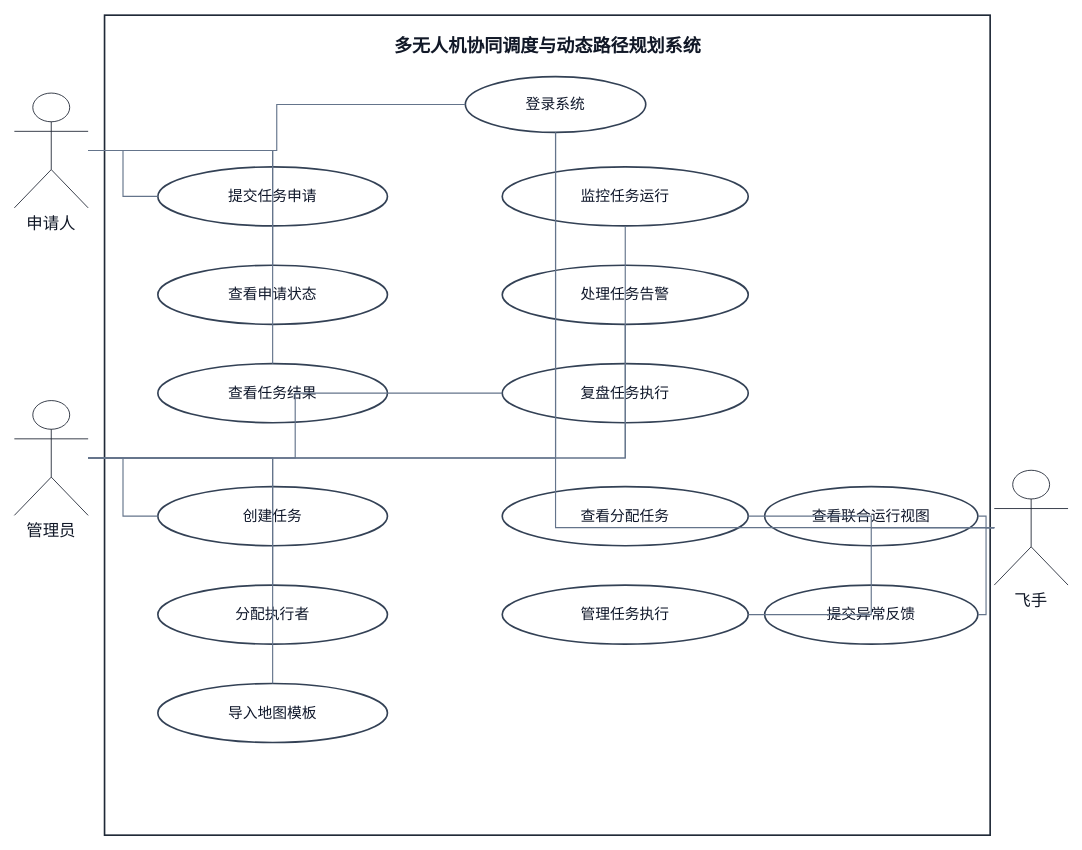
The draw.io diagram thesis_assets/diagrams/system_usecase_diagram.drawio in sa-as31/sampo_rebuild_1, before the edit. Source tidied: cells renumbered, new cells numbered last; positions are measured from the earlier drawing's top-left corner, leaving out a move shared by most shapes. Both pictures are drawn from the tidied source at 82%, with x=0, y=0 at pixel (14, 15).
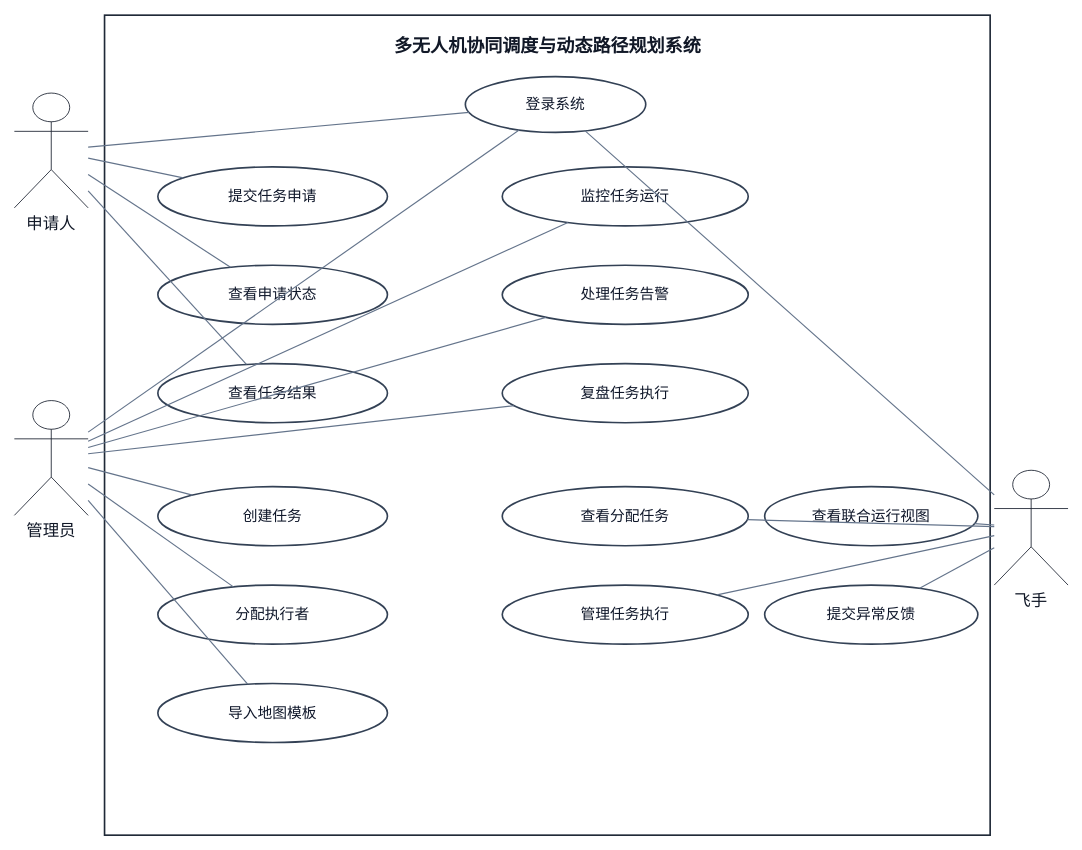
After the change.

Commit message (it also covers changes not shown here):
Switch use case associations to straight lines

Unchanged cells that the change refers to:
```xml
<mxCell id="4" value="申请人" style="shape=umlActor;whiteSpace=wrap;html=1;fontSize=20;strokeColor=#111827;fontColor=#111827;verticalLabelPosition=bottom;verticalAlign=top;fillColor=none;" parent="1" vertex="1">
  <mxGeometry y="95" width="90" height="140" as="geometry" />
</mxCell>
<mxCell id="5" value="管理员" style="shape=umlActor;whiteSpace=wrap;html=1;fontSize=20;strokeColor=#111827;fontColor=#111827;verticalLabelPosition=bottom;verticalAlign=top;fillColor=none;" parent="1" vertex="1">
  <mxGeometry y="470" width="90" height="140" as="geometry" />
</mxCell>
<mxCell id="6" value="飞手" style="shape=umlActor;whiteSpace=wrap;html=1;fontSize=20;strokeColor=#111827;fontColor=#111827;verticalLabelPosition=bottom;verticalAlign=top;fillColor=none;" parent="1" vertex="1">
  <mxGeometry x="1195" y="555" width="90" height="140" as="geometry" />
</mxCell>
<mxCell id="7" value="登录系统" style="ellipse;whiteSpace=wrap;html=1;fillColor=#ffffff;strokeColor=#334155;fontColor=#0f172a;fontSize=18;strokeWidth=2;" parent="1" vertex="1">
  <mxGeometry x="550" y="75" width="220" height="68" as="geometry" />
</mxCell>
<mxCell id="8" value="提交任务申请" style="ellipse;whiteSpace=wrap;html=1;fillColor=#ffffff;strokeColor=#334155;fontColor=#0f172a;fontSize=18;strokeWidth=2;" parent="1" vertex="1">
  <mxGeometry x="175" y="185" width="280" height="72" as="geometry" />
</mxCell>
<mxCell id="9" value="查看申请状态" style="ellipse;whiteSpace=wrap;html=1;fillColor=#ffffff;strokeColor=#334155;fontColor=#0f172a;fontSize=18;strokeWidth=2;" parent="1" vertex="1">
  <mxGeometry x="175" y="305" width="280" height="72" as="geometry" />
</mxCell>
<mxCell id="10" value="查看任务结果" style="ellipse;whiteSpace=wrap;html=1;fillColor=#ffffff;strokeColor=#334155;fontColor=#0f172a;fontSize=18;strokeWidth=2;" parent="1" vertex="1">
  <mxGeometry x="175" y="425" width="280" height="72" as="geometry" />
</mxCell>
<mxCell id="11" value="创建任务" style="ellipse;whiteSpace=wrap;html=1;fillColor=#ffffff;strokeColor=#334155;fontColor=#0f172a;fontSize=18;strokeWidth=2;" parent="1" vertex="1">
  <mxGeometry x="175" y="575" width="280" height="72" as="geometry" />
</mxCell>
<mxCell id="12" value="分配执行者" style="ellipse;whiteSpace=wrap;html=1;fillColor=#ffffff;strokeColor=#334155;fontColor=#0f172a;fontSize=18;strokeWidth=2;" parent="1" vertex="1">
  <mxGeometry x="175" y="695" width="280" height="72" as="geometry" />
</mxCell>
<mxCell id="13" value="导入地图模板" style="ellipse;whiteSpace=wrap;html=1;fillColor=#ffffff;strokeColor=#334155;fontColor=#0f172a;fontSize=18;strokeWidth=2;" parent="1" vertex="1">
  <mxGeometry x="175" y="815" width="280" height="72" as="geometry" />
</mxCell>
<mxCell id="14" value="监控任务运行" style="ellipse;whiteSpace=wrap;html=1;fillColor=#ffffff;strokeColor=#334155;fontColor=#0f172a;fontSize=18;strokeWidth=2;" parent="1" vertex="1">
  <mxGeometry x="595" y="185" width="300" height="72" as="geometry" />
</mxCell>
<mxCell id="15" value="处理任务告警" style="ellipse;whiteSpace=wrap;html=1;fillColor=#ffffff;strokeColor=#334155;fontColor=#0f172a;fontSize=18;strokeWidth=2;" parent="1" vertex="1">
  <mxGeometry x="595" y="305" width="300" height="72" as="geometry" />
</mxCell>
<mxCell id="16" value="复盘任务执行" style="ellipse;whiteSpace=wrap;html=1;fillColor=#ffffff;strokeColor=#334155;fontColor=#0f172a;fontSize=18;strokeWidth=2;" parent="1" vertex="1">
  <mxGeometry x="595" y="425" width="300" height="72" as="geometry" />
</mxCell>
<mxCell id="17" value="查看分配任务" style="ellipse;whiteSpace=wrap;html=1;fillColor=#ffffff;strokeColor=#334155;fontColor=#0f172a;fontSize=18;strokeWidth=2;" parent="1" vertex="1">
  <mxGeometry x="595" y="575" width="300" height="72" as="geometry" />
</mxCell>
<mxCell id="18" value="管理任务执行" style="ellipse;whiteSpace=wrap;html=1;fillColor=#ffffff;strokeColor=#334155;fontColor=#0f172a;fontSize=18;strokeWidth=2;" parent="1" vertex="1">
  <mxGeometry x="595" y="695" width="300" height="72" as="geometry" />
</mxCell>
<mxCell id="19" value="查看联合运行视图" style="ellipse;whiteSpace=wrap;html=1;fillColor=#ffffff;strokeColor=#334155;fontColor=#0f172a;fontSize=18;strokeWidth=2;" parent="1" vertex="1">
  <mxGeometry x="915" y="575" width="260" height="72" as="geometry" />
</mxCell>
<mxCell id="20" value="提交异常反馈" style="ellipse;whiteSpace=wrap;html=1;fillColor=#ffffff;strokeColor=#334155;fontColor=#0f172a;fontSize=18;strokeWidth=2;" parent="1" vertex="1">
  <mxGeometry x="915" y="695" width="260" height="72" as="geometry" />
</mxCell>
```

What changed in the source:
```diff
@@
-    <mxCell id="21" style="edgeStyle=orthogonalEdgeStyle;rounded=0;endArrow=none;startArrow=none;strokeColor=#64748b;strokeWidth=1.4;" parent="1" edge="1" source="4" target="7">
+    <mxCell id="21" style="edgeStyle=none;rounded=0;endArrow=none;startArrow=none;strokeColor=#64748b;strokeWidth=1.4;" parent="1" edge="1" source="4" target="7">
       <mxGeometry relative="1" as="geometry" />
     </mxCell>
-    <mxCell id="22" style="edgeStyle=orthogonalEdgeStyle;rounded=0;endArrow=none;startArrow=none;strokeColor=#64748b;strokeWidth=1.4;" parent="1" edge="1" source="4" target="8">
+    <mxCell id="22" style="edgeStyle=none;rounded=0;endArrow=none;startArrow=none;strokeColor=#64748b;strokeWidth=1.4;" parent="1" edge="1" source="4" target="8">
       <mxGeometry relative="1" as="geometry" />
     </mxCell>
-    <mxCell id="23" style="edgeStyle=orthogonalEdgeStyle;rounded=0;endArrow=none;startArrow=none;strokeColor=#64748b;strokeWidth=1.4;" parent="1" edge="1" source="4" target="9">
+    <mxCell id="23" style="edgeStyle=none;rounded=0;endArrow=none;startArrow=none;strokeColor=#64748b;strokeWidth=1.4;" parent="1" edge="1" source="4" target="9">
       <mxGeometry relative="1" as="geometry" />
     </mxCell>
-    <mxCell id="24" style="edgeStyle=orthogonalEdgeStyle;rounded=0;endArrow=none;startArrow=none;strokeColor=#64748b;strokeWidth=1.4;" parent="1" edge="1" source="4" target="10">
+    <mxCell id="24" style="edgeStyle=none;rounded=0;endArrow=none;startArrow=none;strokeColor=#64748b;strokeWidth=1.4;" parent="1" edge="1" source="4" target="10">
       <mxGeometry relative="1" as="geometry" />
     </mxCell>
-    <mxCell id="25" style="edgeStyle=orthogonalEdgeStyle;rounded=0;endArrow=none;startArrow=none;strokeColor=#64748b;strokeWidth=1.4;" parent="1" edge="1" source="5" target="7">
+    <mxCell id="25" style="edgeStyle=none;rounded=0;endArrow=none;startArrow=none;strokeColor=#64748b;strokeWidth=1.4;" parent="1" edge="1" source="5" target="7">
       <mxGeometry relative="1" as="geometry" />
     </mxCell>
-    <mxCell id="26" style="edgeStyle=orthogonalEdgeStyle;rounded=0;endArrow=none;startArrow=none;strokeColor=#64748b;strokeWidth=1.4;" parent="1" edge="1" source="5" target="11">
+    <mxCell id="26" style="edgeStyle=none;rounded=0;endArrow=none;startArrow=none;strokeColor=#64748b;strokeWidth=1.4;" parent="1" edge="1" source="5" target="11">
       <mxGeometry relative="1" as="geometry" />
     </mxCell>
-    <mxCell id="27" style="edgeStyle=orthogonalEdgeStyle;rounded=0;endArrow=none;startArrow=none;strokeColor=#64748b;strokeWidth=1.4;" parent="1" edge="1" source="5" target="12">
+    <mxCell id="27" style="edgeStyle=none;rounded=0;endArrow=none;startArrow=none;strokeColor=#64748b;strokeWidth=1.4;" parent="1" edge="1" source="5" target="12">
       <mxGeometry relative="1" as="geometry" />
     </mxCell>
-    <mxCell id="28" style="edgeStyle=orthogonalEdgeStyle;rounded=0;endArrow=none;startArrow=none;strokeColor=#64748b;strokeWidth=1.4;" parent="1" edge="1" source="5" target="13">
+    <mxCell id="28" style="edgeStyle=none;rounded=0;endArrow=none;startArrow=none;strokeColor=#64748b;strokeWidth=1.4;" parent="1" edge="1" source="5" target="13">
       <mxGeometry relative="1" as="geometry" />
     </mxCell>
-    <mxCell id="29" style="edgeStyle=orthogonalEdgeStyle;rounded=0;endArrow=none;startArrow=none;strokeColor=#64748b;strokeWidth=1.4;" parent="1" edge="1" source="5" target="14">
+    <mxCell id="29" style="edgeStyle=none;rounded=0;endArrow=none;startArrow=none;strokeColor=#64748b;strokeWidth=1.4;" parent="1" edge="1" source="5" target="14">
       <mxGeometry relative="1" as="geometry" />
     </mxCell>
-    <mxCell id="30" style="edgeStyle=orthogonalEdgeStyle;rounded=0;endArrow=none;startArrow=none;strokeColor=#64748b;strokeWidth=1.4;" parent="1" edge="1" source="5" target="15">
+    <mxCell id="30" style="edgeStyle=none;rounded=0;endArrow=none;startArrow=none;strokeColor=#64748b;strokeWidth=1.4;" parent="1" edge="1" source="5" target="15">
       <mxGeometry relative="1" as="geometry" />
     </mxCell>
-    <mxCell id="31" style="edgeStyle=orthogonalEdgeStyle;rounded=0;endArrow=none;startArrow=none;strokeColor=#64748b;strokeWidth=1.4;" parent="1" edge="1" source="5" target="16">
+    <mxCell id="31" style="edgeStyle=none;rounded=0;endArrow=none;startArrow=none;strokeColor=#64748b;strokeWidth=1.4;" parent="1" edge="1" source="5" target="16">
       <mxGeometry relative="1" as="geometry" />
     </mxCell>
-    <mxCell id="32" style="edgeStyle=orthogonalEdgeStyle;rounded=0;endArrow=none;startArrow=none;strokeColor=#64748b;strokeWidth=1.4;" parent="1" edge="1" source="6" target="7">
+    <mxCell id="32" style="edgeStyle=none;rounded=0;endArrow=none;startArrow=none;strokeColor=#64748b;strokeWidth=1.4;" parent="1" edge="1" source="6" target="7">
       <mxGeometry relative="1" as="geometry" />
     </mxCell>
-    <mxCell id="33" style="edgeStyle=orthogonalEdgeStyle;rounded=0;endArrow=none;startArrow=none;strokeColor=#64748b;strokeWidth=1.4;" parent="1" edge="1" source="6" target="17">
+    <mxCell id="33" style="edgeStyle=none;rounded=0;endArrow=none;startArrow=none;strokeColor=#64748b;strokeWidth=1.4;" parent="1" edge="1" source="6" target="17">
       <mxGeometry relative="1" as="geometry" />
     </mxCell>
-    <mxCell id="34" style="edgeStyle=orthogonalEdgeStyle;rounded=0;endArrow=none;startArrow=none;strokeColor=#64748b;strokeWidth=1.4;" parent="1" edge="1" source="6" target="18">
+    <mxCell id="34" style="edgeStyle=none;rounded=0;endArrow=none;startArrow=none;strokeColor=#64748b;strokeWidth=1.4;" parent="1" edge="1" source="6" target="18">
       <mxGeometry relative="1" as="geometry" />
     </mxCell>
-    <mxCell id="35" style="edgeStyle=orthogonalEdgeStyle;rounded=0;endArrow=none;startArrow=none;strokeColor=#64748b;strokeWidth=1.4;" parent="1" edge="1" source="6" target="19">
+    <mxCell id="35" style="edgeStyle=none;rounded=0;endArrow=none;startArrow=none;strokeColor=#64748b;strokeWidth=1.4;" parent="1" edge="1" source="6" target="19">
       <mxGeometry relative="1" as="geometry" />
     </mxCell>
-    <mxCell id="36" style="edgeStyle=orthogonalEdgeStyle;rounded=0;endArrow=none;startArrow=none;strokeColor=#64748b;strokeWidth=1.4;" parent="1" edge="1" source="6" target="20">
+    <mxCell id="36" style="edgeStyle=none;rounded=0;endArrow=none;startArrow=none;strokeColor=#64748b;strokeWidth=1.4;" parent="1" edge="1" source="6" target="20">
       <mxGeometry relative="1" as="geometry" />
     </mxCell>
```
